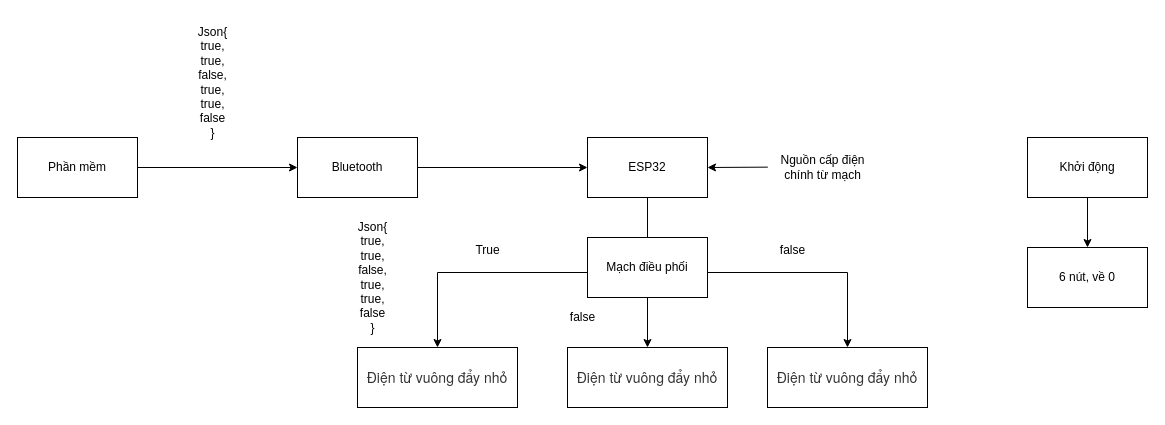
Before: Phần cứng/Phác thảo phần cứng.drawio in TronkIshere/foreign-language-learning-software-for-the-blind, a draw.io diagram. Source tidied: cells renumbered, new cells numbered last; positions are measured from the earlier drawing's top-left corner, leaving out a move shared by most shapes. Both pictures are drawn from the tidied source at 100%, with x=0, y=0 at pixel (17, 17).
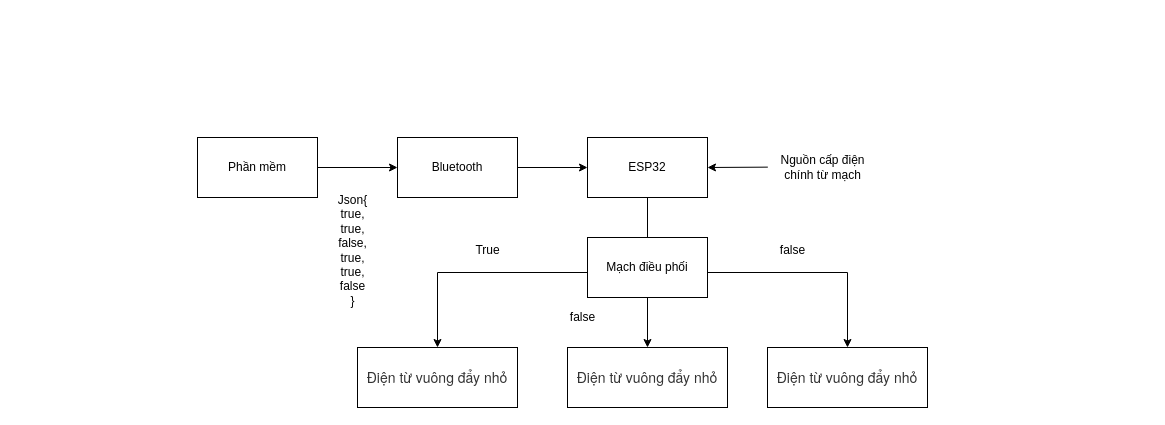
The same diagram, later.

The edit, as a diff of the source:
```diff
@@
-    <mxCell id="12" style="edgeStyle=orthogonalEdgeStyle;rounded=0;jettySize=auto;html=1;exitX=0.5;exitY=1;exitDx=0;exitDy=0;entryX=0.5;entryY=0;entryDx=0;entryDy=0;" parent="1" edge="1" source="13" target="14">
-      <mxGeometry relative="1" as="geometry" />
-    </mxCell>
-    <mxCell id="13" value="Khởi động" style="rounded=0;whiteSpace=wrap;html=1;" parent="1" vertex="1">
-      <mxGeometry x="1010" y="120" width="120" height="60" as="geometry" />
-    </mxCell>
-    <mxCell id="14" value="6 nút, về 0" style="rounded=0;whiteSpace=wrap;html=1;" parent="1" vertex="1">
-      <mxGeometry x="1010" y="230" width="120" height="60" as="geometry" />
-    </mxCell>
@@
     <mxCell id="16" value="Bluetooth" style="rounded=0;whiteSpace=wrap;html=1;" parent="1" vertex="1">
-      <mxGeometry x="280" y="120" width="120" height="60" as="geometry" />
+      <mxGeometry x="380" y="120" width="120" height="60" as="geometry" />
     </mxCell>
     <mxCell id="17" value="Json{&lt;br&gt;true,&lt;div&gt;true,&lt;/div&gt;&lt;div&gt;false,&lt;/div&gt;&lt;div&gt;true,&lt;/div&gt;&lt;div&gt;true,&lt;/div&gt;&lt;div&gt;false&lt;br&gt;}&lt;/div&gt;" style="text;html=1;align=center;verticalAlign=middle;strokeColor=none;fillColor=none;" parent="1" vertex="1">
-      <mxGeometry x="170" width="50" height="130" as="geometry" />
+      <mxGeometry x="310" y="168" width="50" height="130" as="geometry" />
     </mxCell>
@@
     <mxCell id="19" value="Phần mềm" style="rounded=0;whiteSpace=wrap;html=1;" parent="1" vertex="1">
-      <mxGeometry y="120" width="120" height="60" as="geometry" />
+      <mxGeometry x="180" y="120" width="120" height="60" as="geometry" />
     </mxCell>
-    <mxCell id="20" value="Json{&lt;br&gt;true,&lt;div&gt;true,&lt;/div&gt;&lt;div&gt;false,&lt;/div&gt;&lt;div&gt;true,&lt;/div&gt;&lt;div&gt;true,&lt;/div&gt;&lt;div&gt;false&lt;br&gt;}&lt;/div&gt;" style="text;html=1;align=center;verticalAlign=middle;strokeColor=none;fillColor=none;" parent="1" vertex="1">
-      <mxGeometry x="330" y="195" width="50" height="130" as="geometry" />
-    </mxCell>
```
